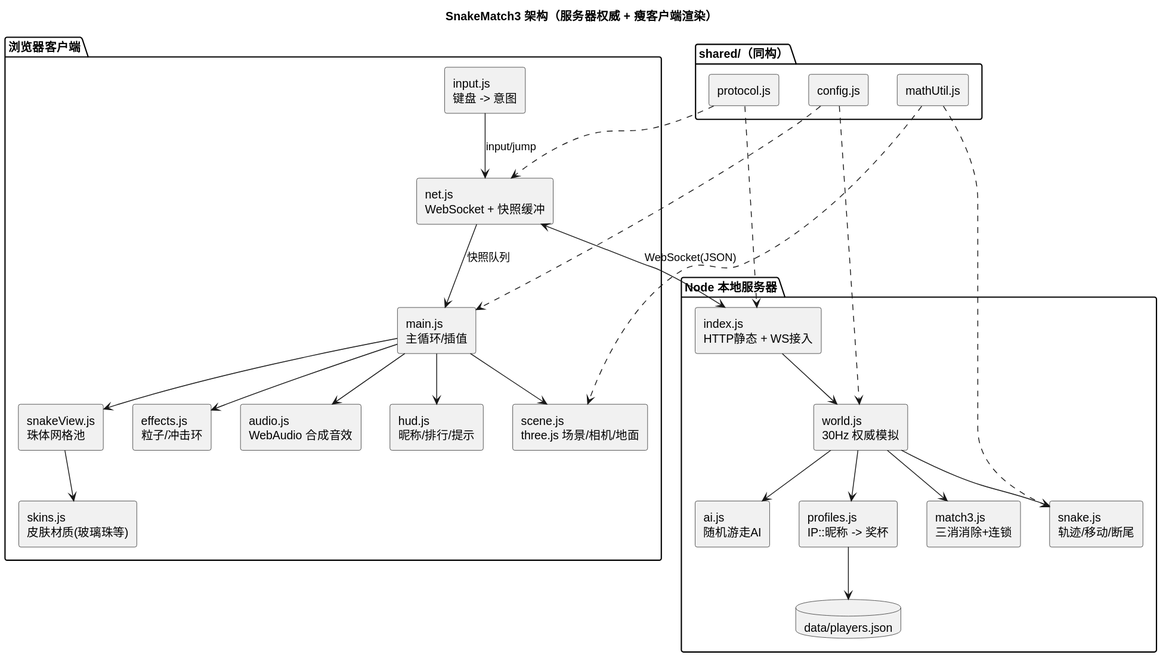
This is docs/img/arch.svg from crvsrvn/SnakeMatch3, a PlantUML export, as it was before one commit. Its source is kept beside it as docs/arch.puml.
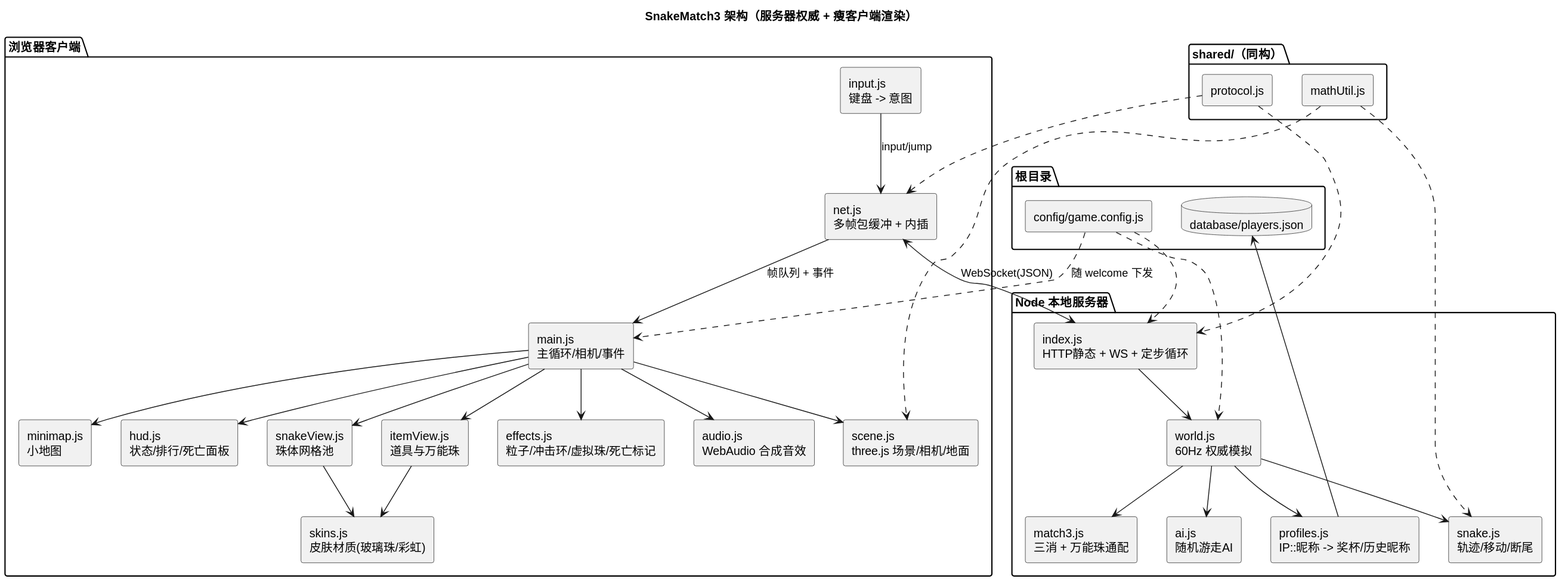
The same diagram one commit later.

What changed in the source:
```diff
@@ -6,41 +6,49 @@
 
 package "浏览器客户端" {
   [input.js\n键盘 -> 意图] as IN
-  [net.js\nWebSocket + 快照缓冲] as NET
-  [main.js\n主循环/插值] as MAIN
+  [net.js\n多帧包缓冲 + 内插] as NET
+  [main.js\n主循环/相机/事件] as MAIN
   [scene.js\nthree.js 场景/相机/地面] as SCENE
   [snakeView.js\n珠体网格池] as SV
-  [skins.js\n皮肤材质(玻璃珠等)] as SKIN
-  [effects.js\n粒子/冲击环] as FX
+  [skins.js\n皮肤材质(玻璃珠/彩虹)] as SKIN
+  [itemView.js\n道具与万能珠] as IV
+  [effects.js\n粒子/冲击环/虚拟珠/死亡标记] as FX
   [audio.js\nWebAudio 合成音效] as AUD
-  [hud.js\n昵称/排行/提示] as HUD
+  [minimap.js\n小地图] as MM
+  [hud.js\n状态/排行/死亡面板] as HUD
 }
 
 package "Node 本地服务器" {
-  [index.js\nHTTP静态 + WS接入] as SRV
-  [world.js\n30Hz 权威模拟] as WORLD
+  [index.js\nHTTP静态 + WS + 定步循环] as SRV
+  [world.js\n60Hz 权威模拟] as WORLD
   [snake.js\n轨迹/移动/断尾] as SNK
-  [match3.js\n三消消除+连锁] as M3
+  [match3.js\n三消 + 万能珠通配] as M3
   [ai.js\n随机游走AI] as AI
-  [profiles.js\nIP::昵称 -> 奖杯] as PROF
-  database "data/players.json" as DB
+  [profiles.js\nIP::昵称 -> 奖杯/历史昵称] as PROF
+}
+
+package "根目录" {
+  [config/game.config.js] as CFG
+  database "database/players.json" as DB
 }
 
 package "shared/（同构）" {
-  [config.js] as CFG
   [protocol.js] as PROTO
   [mathUtil.js] as MU
 }
 
 IN --> NET : input/jump
 NET <--> SRV : WebSocket(JSON)
-NET --> MAIN : 快照队列
+NET --> MAIN : 帧队列 + 事件
 MAIN --> SCENE
 MAIN --> SV
-SV --> SKIN
+MAIN --> IV
 MAIN --> FX
 MAIN --> AUD
+MAIN --> MM
 MAIN --> HUD
+SV --> SKIN
+IV --> SKIN
 SRV --> WORLD
 WORLD --> SNK
 WORLD --> M3
@@ -48,7 +56,8 @@
 WORLD --> PROF
 PROF --> DB
 CFG ..> WORLD
-CFG ..> MAIN
+CFG ..> SRV
+CFG ..> MAIN : 随 welcome 下发
 PROTO ..> NET
 PROTO ..> SRV
 MU ..> SNK
```
